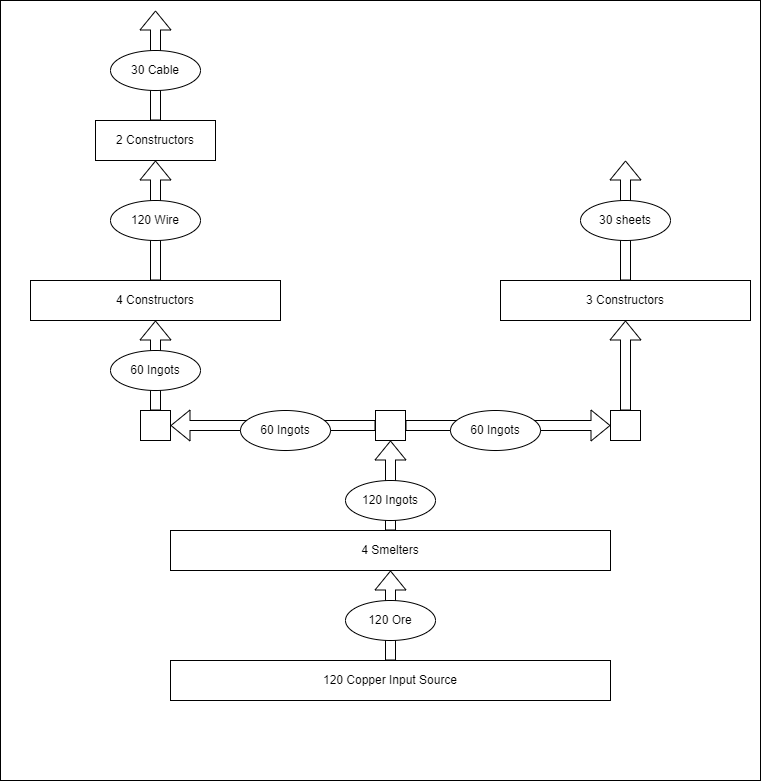
nlarsen31/Factories keeps this draw.io diagram as copper.drawio.png. Above is the earlier version. Source tidied: cells renumbered, new cells last; positions are measured from the earlier drawing's top-left corner, leaving out a move shared by most shapes. The source it was exported from:
```xml
<mxGraphModel>
  <root>
    <mxCell id="0" />
    <mxCell id="1" parent="0" />
    <mxCell id="2" style="rounded=0;whiteSpace=wrap;html=1;" parent="1" vertex="1">
      <mxGeometry width="760" height="780" as="geometry" />
    </mxCell>
    <mxCell id="3" value="120 Copper Input Source" style="rounded=0;whiteSpace=wrap;html=1;" parent="1" vertex="1">
      <mxGeometry x="170" y="660" width="440" height="40" as="geometry" />
    </mxCell>
    <mxCell id="4" value="4 Smelters" style="rounded=0;whiteSpace=wrap;html=1;" parent="1" vertex="1">
      <mxGeometry x="170" y="530" width="440" height="40" as="geometry" />
    </mxCell>
    <mxCell id="5" style="shape=flexArrow;endArrow=classic;html=1;rounded=0;exitX=0.5;exitY=0;exitDx=0;exitDy=0;" parent="1" edge="1" source="4">
      <mxGeometry relative="1" as="geometry">
        <mxPoint x="390" y="440" as="targetPoint" />
      </mxGeometry>
    </mxCell>
    <mxCell id="6" style="shape=flexArrow;endArrow=classic;html=1;rounded=0;exitX=0.5;exitY=0;exitDx=0;exitDy=0;entryX=0.5;entryY=1;entryDx=0;entryDy=0;" parent="1" edge="1" source="3" target="4">
      <mxGeometry relative="1" as="geometry" />
    </mxCell>
    <mxCell id="7" value="120 Ore" style="ellipse;whiteSpace=wrap;html=1;" parent="1" vertex="1">
      <mxGeometry x="345" y="600" width="90" height="40" as="geometry" />
    </mxCell>
    <mxCell id="8" value="120 Ingots" style="ellipse;whiteSpace=wrap;html=1;" parent="1" vertex="1">
      <mxGeometry x="345" y="480" width="90" height="40" as="geometry" />
    </mxCell>
    <mxCell id="9" style="whiteSpace=wrap;html=1;direction=south;" parent="1" vertex="1">
      <mxGeometry x="375" y="410" width="30" height="30" as="geometry" />
    </mxCell>
    <mxCell id="10" style="shape=flexArrow;endArrow=classic;html=1;rounded=0;exitX=0.5;exitY=1;exitDx=0;exitDy=0;" parent="1" edge="1" source="9">
      <mxGeometry relative="1" as="geometry">
        <mxPoint x="170" y="425" as="targetPoint" />
      </mxGeometry>
    </mxCell>
    <mxCell id="11" style="shape=flexArrow;endArrow=classic;html=1;rounded=0;" parent="1" edge="1" source="9">
      <mxGeometry relative="1" as="geometry">
        <mxPoint x="610" y="425" as="targetPoint" />
      </mxGeometry>
    </mxCell>
    <mxCell id="12" style="whiteSpace=wrap;html=1;direction=south;" parent="1" vertex="1">
      <mxGeometry x="140" y="410" width="30" height="30" as="geometry" />
    </mxCell>
    <mxCell id="13" style="whiteSpace=wrap;html=1;direction=south;" parent="1" vertex="1">
      <mxGeometry x="610" y="410" width="30" height="30" as="geometry" />
    </mxCell>
    <mxCell id="14" value="60 Ingots" style="ellipse;whiteSpace=wrap;html=1;" parent="1" vertex="1">
      <mxGeometry x="240" y="410" width="90" height="40" as="geometry" />
    </mxCell>
    <mxCell id="15" value="60 Ingots" style="ellipse;whiteSpace=wrap;html=1;" parent="1" vertex="1">
      <mxGeometry x="450" y="410" width="90" height="40" as="geometry" />
    </mxCell>
    <mxCell id="16" value="4 Constructors" style="rounded=0;whiteSpace=wrap;html=1;" parent="1" vertex="1">
      <mxGeometry x="30" y="280" width="250" height="40" as="geometry" />
    </mxCell>
    <mxCell id="17" style="shape=flexArrow;endArrow=classic;html=1;rounded=0;exitX=0;exitY=0.5;exitDx=0;exitDy=0;entryX=0.5;entryY=1;entryDx=0;entryDy=0;" parent="1" edge="1" source="12" target="16">
      <mxGeometry relative="1" as="geometry" />
    </mxCell>
    <mxCell id="18" value="60 Ingots" style="ellipse;whiteSpace=wrap;html=1;" parent="1" vertex="1">
      <mxGeometry x="110" y="350" width="90" height="40" as="geometry" />
    </mxCell>
    <mxCell id="19" style="shape=flexArrow;endArrow=classic;html=1;rounded=0;exitX=0.5;exitY=0;exitDx=0;exitDy=0;" parent="1" edge="1" source="16">
      <mxGeometry relative="1" as="geometry">
        <mxPoint x="155" y="160" as="targetPoint" />
      </mxGeometry>
    </mxCell>
    <mxCell id="20" value="120 Wire" style="ellipse;whiteSpace=wrap;html=1;" parent="1" vertex="1">
      <mxGeometry x="110" y="200" width="90" height="40" as="geometry" />
    </mxCell>
    <mxCell id="21" value="2 Constructors" style="rounded=0;whiteSpace=wrap;html=1;" parent="1" vertex="1">
      <mxGeometry x="95" y="120" width="120" height="40" as="geometry" />
    </mxCell>
    <mxCell id="22" style="shape=flexArrow;endArrow=classic;html=1;rounded=0;exitX=0.5;exitY=0;exitDx=0;exitDy=0;" parent="1" edge="1" source="21">
      <mxGeometry relative="1" as="geometry">
        <mxPoint x="155" y="10" as="targetPoint" />
      </mxGeometry>
    </mxCell>
    <mxCell id="23" value="30 Cable" style="ellipse;whiteSpace=wrap;html=1;" parent="1" vertex="1">
      <mxGeometry x="110" y="50" width="90" height="40" as="geometry" />
    </mxCell>
    <mxCell id="24" value="3 Constructors" style="rounded=0;whiteSpace=wrap;html=1;" parent="1" vertex="1">
      <mxGeometry x="500" y="280" width="250" height="40" as="geometry" />
    </mxCell>
    <mxCell id="25" style="shape=flexArrow;endArrow=classic;html=1;rounded=0;exitX=0;exitY=0.5;exitDx=0;exitDy=0;entryX=0.5;entryY=1;entryDx=0;entryDy=0;" parent="1" edge="1" source="13" target="24">
      <mxGeometry relative="1" as="geometry" />
    </mxCell>
    <mxCell id="26" style="shape=flexArrow;endArrow=classic;html=1;rounded=0;exitX=0.5;exitY=0;exitDx=0;exitDy=0;" parent="1" edge="1" source="24">
      <mxGeometry relative="1" as="geometry">
        <mxPoint x="625" y="160" as="targetPoint" />
      </mxGeometry>
    </mxCell>
    <mxCell id="27" value="30 sheets" style="ellipse;whiteSpace=wrap;html=1;" parent="1" vertex="1">
      <mxGeometry x="580" y="200" width="90" height="40" as="geometry" />
    </mxCell>
  </root>
</mxGraphModel>
```
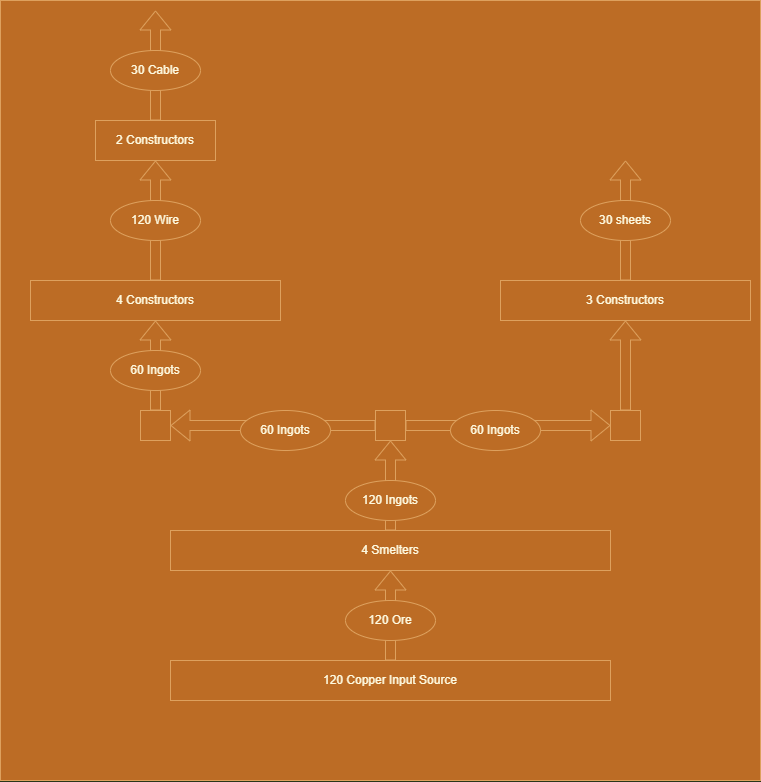
The same file after the commit.

Diff of the diagram source:
```diff
@@ -1,95 +1,95 @@
-<mxGraphModel>
+<mxGraphModel background="#283618">
   <root>
     <mxCell id="0" />
     <mxCell id="1" parent="0" />
-    <mxCell id="2" style="rounded=0;whiteSpace=wrap;html=1;" parent="1" vertex="1">
+    <mxCell id="2" style="rounded=0;whiteSpace=wrap;html=1;fillColor=#BC6C25;strokeColor=#DDA15E;fontColor=#FEFAE0;" parent="1" vertex="1">
       <mxGeometry width="760" height="780" as="geometry" />
     </mxCell>
-    <mxCell id="3" value="120 Copper Input Source" style="rounded=0;whiteSpace=wrap;html=1;" parent="1" vertex="1">
+    <mxCell id="3" value="120 Copper Input Source" style="rounded=0;whiteSpace=wrap;html=1;fillColor=#BC6C25;strokeColor=#DDA15E;fontColor=#FEFAE0;" parent="1" vertex="1">
       <mxGeometry x="170" y="660" width="440" height="40" as="geometry" />
     </mxCell>
-    <mxCell id="4" value="4 Smelters" style="rounded=0;whiteSpace=wrap;html=1;" parent="1" vertex="1">
+    <mxCell id="4" value="4 Smelters" style="rounded=0;whiteSpace=wrap;html=1;fillColor=#BC6C25;strokeColor=#DDA15E;fontColor=#FEFAE0;" parent="1" vertex="1">
       <mxGeometry x="170" y="530" width="440" height="40" as="geometry" />
     </mxCell>
-    <mxCell id="5" style="shape=flexArrow;endArrow=classic;html=1;rounded=0;exitX=0.5;exitY=0;exitDx=0;exitDy=0;" parent="1" edge="1" source="4">
+    <mxCell id="5" style="shape=flexArrow;endArrow=classic;html=1;rounded=0;exitX=0.5;exitY=0;exitDx=0;exitDy=0;labelBackgroundColor=#283618;strokeColor=#DDA15E;fontColor=#FEFAE0;" parent="1" edge="1" source="4">
       <mxGeometry relative="1" as="geometry">
         <mxPoint x="390" y="440" as="targetPoint" />
       </mxGeometry>
     </mxCell>
-    <mxCell id="6" style="shape=flexArrow;endArrow=classic;html=1;rounded=0;exitX=0.5;exitY=0;exitDx=0;exitDy=0;entryX=0.5;entryY=1;entryDx=0;entryDy=0;" parent="1" edge="1" source="3" target="4">
+    <mxCell id="6" style="shape=flexArrow;endArrow=classic;html=1;rounded=0;exitX=0.5;exitY=0;exitDx=0;exitDy=0;entryX=0.5;entryY=1;entryDx=0;entryDy=0;labelBackgroundColor=#283618;strokeColor=#DDA15E;fontColor=#FEFAE0;" parent="1" edge="1" source="3" target="4">
       <mxGeometry relative="1" as="geometry" />
     </mxCell>
-    <mxCell id="7" value="120 Ore" style="ellipse;whiteSpace=wrap;html=1;" parent="1" vertex="1">
+    <mxCell id="7" value="120 Ore" style="ellipse;whiteSpace=wrap;html=1;fillColor=#BC6C25;strokeColor=#DDA15E;fontColor=#FEFAE0;" parent="1" vertex="1">
       <mxGeometry x="345" y="600" width="90" height="40" as="geometry" />
     </mxCell>
-    <mxCell id="8" value="120 Ingots" style="ellipse;whiteSpace=wrap;html=1;" parent="1" vertex="1">
+    <mxCell id="8" value="120 Ingots" style="ellipse;whiteSpace=wrap;html=1;fillColor=#BC6C25;strokeColor=#DDA15E;fontColor=#FEFAE0;" parent="1" vertex="1">
       <mxGeometry x="345" y="480" width="90" height="40" as="geometry" />
     </mxCell>
-    <mxCell id="9" style="whiteSpace=wrap;html=1;direction=south;" parent="1" vertex="1">
+    <mxCell id="9" style="whiteSpace=wrap;html=1;direction=south;fillColor=#BC6C25;strokeColor=#DDA15E;fontColor=#FEFAE0;" parent="1" vertex="1">
       <mxGeometry x="375" y="410" width="30" height="30" as="geometry" />
     </mxCell>
-    <mxCell id="10" style="shape=flexArrow;endArrow=classic;html=1;rounded=0;exitX=0.5;exitY=1;exitDx=0;exitDy=0;" parent="1" edge="1" source="9">
+    <mxCell id="10" style="shape=flexArrow;endArrow=classic;html=1;rounded=0;exitX=0.5;exitY=1;exitDx=0;exitDy=0;labelBackgroundColor=#283618;strokeColor=#DDA15E;fontColor=#FEFAE0;" parent="1" edge="1" source="9">
       <mxGeometry relative="1" as="geometry">
         <mxPoint x="170" y="425" as="targetPoint" />
       </mxGeometry>
     </mxCell>
-    <mxCell id="11" style="shape=flexArrow;endArrow=classic;html=1;rounded=0;" parent="1" edge="1" source="9">
+    <mxCell id="11" style="shape=flexArrow;endArrow=classic;html=1;rounded=0;labelBackgroundColor=#283618;strokeColor=#DDA15E;fontColor=#FEFAE0;" parent="1" edge="1" source="9">
       <mxGeometry relative="1" as="geometry">
         <mxPoint x="610" y="425" as="targetPoint" />
       </mxGeometry>
     </mxCell>
-    <mxCell id="12" style="whiteSpace=wrap;html=1;direction=south;" parent="1" vertex="1">
+    <mxCell id="12" style="whiteSpace=wrap;html=1;direction=south;fillColor=#BC6C25;strokeColor=#DDA15E;fontColor=#FEFAE0;" parent="1" vertex="1">
       <mxGeometry x="140" y="410" width="30" height="30" as="geometry" />
     </mxCell>
-    <mxCell id="13" style="whiteSpace=wrap;html=1;direction=south;" parent="1" vertex="1">
+    <mxCell id="13" style="whiteSpace=wrap;html=1;direction=south;fillColor=#BC6C25;strokeColor=#DDA15E;fontColor=#FEFAE0;" parent="1" vertex="1">
       <mxGeometry x="610" y="410" width="30" height="30" as="geometry" />
     </mxCell>
-    <mxCell id="14" value="60 Ingots" style="ellipse;whiteSpace=wrap;html=1;" parent="1" vertex="1">
+    <mxCell id="14" value="60 Ingots" style="ellipse;whiteSpace=wrap;html=1;fillColor=#BC6C25;strokeColor=#DDA15E;fontColor=#FEFAE0;" parent="1" vertex="1">
       <mxGeometry x="240" y="410" width="90" height="40" as="geometry" />
     </mxCell>
-    <mxCell id="15" value="60 Ingots" style="ellipse;whiteSpace=wrap;html=1;" parent="1" vertex="1">
+    <mxCell id="15" value="60 Ingots" style="ellipse;whiteSpace=wrap;html=1;fillColor=#BC6C25;strokeColor=#DDA15E;fontColor=#FEFAE0;" parent="1" vertex="1">
       <mxGeometry x="450" y="410" width="90" height="40" as="geometry" />
     </mxCell>
-    <mxCell id="16" value="4 Constructors" style="rounded=0;whiteSpace=wrap;html=1;" parent="1" vertex="1">
+    <mxCell id="16" value="4 Constructors" style="rounded=0;whiteSpace=wrap;html=1;fillColor=#BC6C25;strokeColor=#DDA15E;fontColor=#FEFAE0;" parent="1" vertex="1">
       <mxGeometry x="30" y="280" width="250" height="40" as="geometry" />
     </mxCell>
-    <mxCell id="17" style="shape=flexArrow;endArrow=classic;html=1;rounded=0;exitX=0;exitY=0.5;exitDx=0;exitDy=0;entryX=0.5;entryY=1;entryDx=0;entryDy=0;" parent="1" edge="1" source="12" target="16">
+    <mxCell id="17" style="shape=flexArrow;endArrow=classic;html=1;rounded=0;exitX=0;exitY=0.5;exitDx=0;exitDy=0;entryX=0.5;entryY=1;entryDx=0;entryDy=0;labelBackgroundColor=#283618;strokeColor=#DDA15E;fontColor=#FEFAE0;" parent="1" edge="1" source="12" target="16">
       <mxGeometry relative="1" as="geometry" />
     </mxCell>
-    <mxCell id="18" value="60 Ingots" style="ellipse;whiteSpace=wrap;html=1;" parent="1" vertex="1">
+    <mxCell id="18" value="60 Ingots" style="ellipse;whiteSpace=wrap;html=1;fillColor=#BC6C25;strokeColor=#DDA15E;fontColor=#FEFAE0;" parent="1" vertex="1">
       <mxGeometry x="110" y="350" width="90" height="40" as="geometry" />
     </mxCell>
-    <mxCell id="19" style="shape=flexArrow;endArrow=classic;html=1;rounded=0;exitX=0.5;exitY=0;exitDx=0;exitDy=0;" parent="1" edge="1" source="16">
+    <mxCell id="19" style="shape=flexArrow;endArrow=classic;html=1;rounded=0;exitX=0.5;exitY=0;exitDx=0;exitDy=0;labelBackgroundColor=#283618;strokeColor=#DDA15E;fontColor=#FEFAE0;" parent="1" edge="1" source="16">
       <mxGeometry relative="1" as="geometry">
         <mxPoint x="155" y="160" as="targetPoint" />
       </mxGeometry>
     </mxCell>
-    <mxCell id="20" value="120 Wire" style="ellipse;whiteSpace=wrap;html=1;" parent="1" vertex="1">
+    <mxCell id="20" value="120 Wire" style="ellipse;whiteSpace=wrap;html=1;fillColor=#BC6C25;strokeColor=#DDA15E;fontColor=#FEFAE0;" parent="1" vertex="1">
       <mxGeometry x="110" y="200" width="90" height="40" as="geometry" />
     </mxCell>
-    <mxCell id="21" value="2 Constructors" style="rounded=0;whiteSpace=wrap;html=1;" parent="1" vertex="1">
+    <mxCell id="21" value="2 Constructors" style="rounded=0;whiteSpace=wrap;html=1;fillColor=#BC6C25;strokeColor=#DDA15E;fontColor=#FEFAE0;" parent="1" vertex="1">
       <mxGeometry x="95" y="120" width="120" height="40" as="geometry" />
     </mxCell>
-    <mxCell id="22" style="shape=flexArrow;endArrow=classic;html=1;rounded=0;exitX=0.5;exitY=0;exitDx=0;exitDy=0;" parent="1" edge="1" source="21">
+    <mxCell id="22" style="shape=flexArrow;endArrow=classic;html=1;rounded=0;exitX=0.5;exitY=0;exitDx=0;exitDy=0;labelBackgroundColor=#283618;strokeColor=#DDA15E;fontColor=#FEFAE0;" parent="1" edge="1" source="21">
       <mxGeometry relative="1" as="geometry">
         <mxPoint x="155" y="10" as="targetPoint" />
       </mxGeometry>
     </mxCell>
-    <mxCell id="23" value="30 Cable" style="ellipse;whiteSpace=wrap;html=1;" parent="1" vertex="1">
+    <mxCell id="23" value="30 Cable" style="ellipse;whiteSpace=wrap;html=1;fillColor=#BC6C25;strokeColor=#DDA15E;fontColor=#FEFAE0;" parent="1" vertex="1">
       <mxGeometry x="110" y="50" width="90" height="40" as="geometry" />
     </mxCell>
-    <mxCell id="24" value="3 Constructors" style="rounded=0;whiteSpace=wrap;html=1;" parent="1" vertex="1">
+    <mxCell id="24" value="3 Constructors" style="rounded=0;whiteSpace=wrap;html=1;fillColor=#BC6C25;strokeColor=#DDA15E;fontColor=#FEFAE0;" parent="1" vertex="1">
       <mxGeometry x="500" y="280" width="250" height="40" as="geometry" />
     </mxCell>
-    <mxCell id="25" style="shape=flexArrow;endArrow=classic;html=1;rounded=0;exitX=0;exitY=0.5;exitDx=0;exitDy=0;entryX=0.5;entryY=1;entryDx=0;entryDy=0;" parent="1" edge="1" source="13" target="24">
+    <mxCell id="25" style="shape=flexArrow;endArrow=classic;html=1;rounded=0;exitX=0;exitY=0.5;exitDx=0;exitDy=0;entryX=0.5;entryY=1;entryDx=0;entryDy=0;labelBackgroundColor=#283618;strokeColor=#DDA15E;fontColor=#FEFAE0;" parent="1" edge="1" source="13" target="24">
       <mxGeometry relative="1" as="geometry" />
     </mxCell>
-    <mxCell id="26" style="shape=flexArrow;endArrow=classic;html=1;rounded=0;exitX=0.5;exitY=0;exitDx=0;exitDy=0;" parent="1" edge="1" source="24">
+    <mxCell id="26" style="shape=flexArrow;endArrow=classic;html=1;rounded=0;exitX=0.5;exitY=0;exitDx=0;exitDy=0;labelBackgroundColor=#283618;strokeColor=#DDA15E;fontColor=#FEFAE0;" parent="1" edge="1" source="24">
       <mxGeometry relative="1" as="geometry">
         <mxPoint x="625" y="160" as="targetPoint" />
       </mxGeometry>
     </mxCell>
-    <mxCell id="27" value="30 sheets" style="ellipse;whiteSpace=wrap;html=1;" parent="1" vertex="1">
+    <mxCell id="27" value="30 sheets" style="ellipse;whiteSpace=wrap;html=1;fillColor=#BC6C25;strokeColor=#DDA15E;fontColor=#FEFAE0;" parent="1" vertex="1">
       <mxGeometry x="580" y="200" width="90" height="40" as="geometry" />
     </mxCell>
   </root>
```
